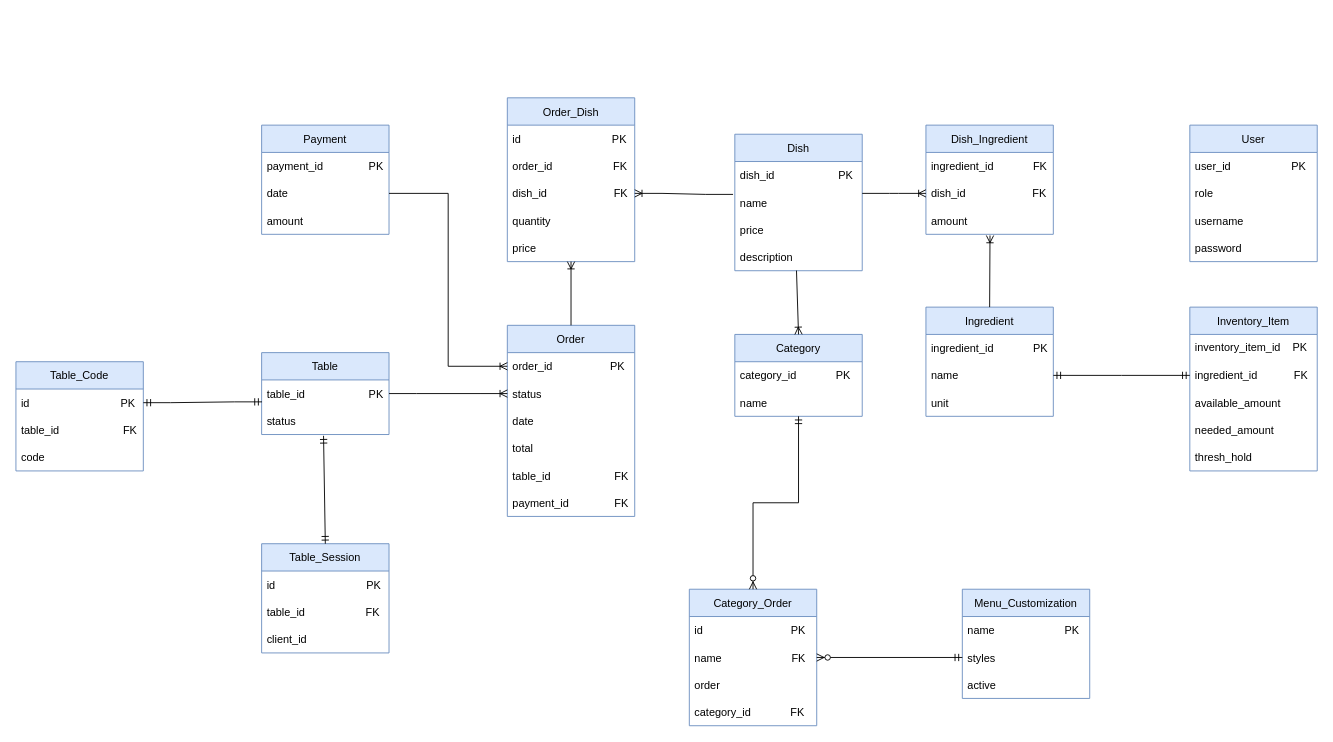
Earlier version of the draw.io diagram diagrams/ERD.drawio (jadhamwi31/quickq). Source tidied: cells renumbered, new cells numbered last; positions are measured from the earlier drawing's top-left corner, leaving out a move shared by most shapes. Both pictures are drawn from the tidied source at 91%, with x=0, y=0 at pixel (15, 97).
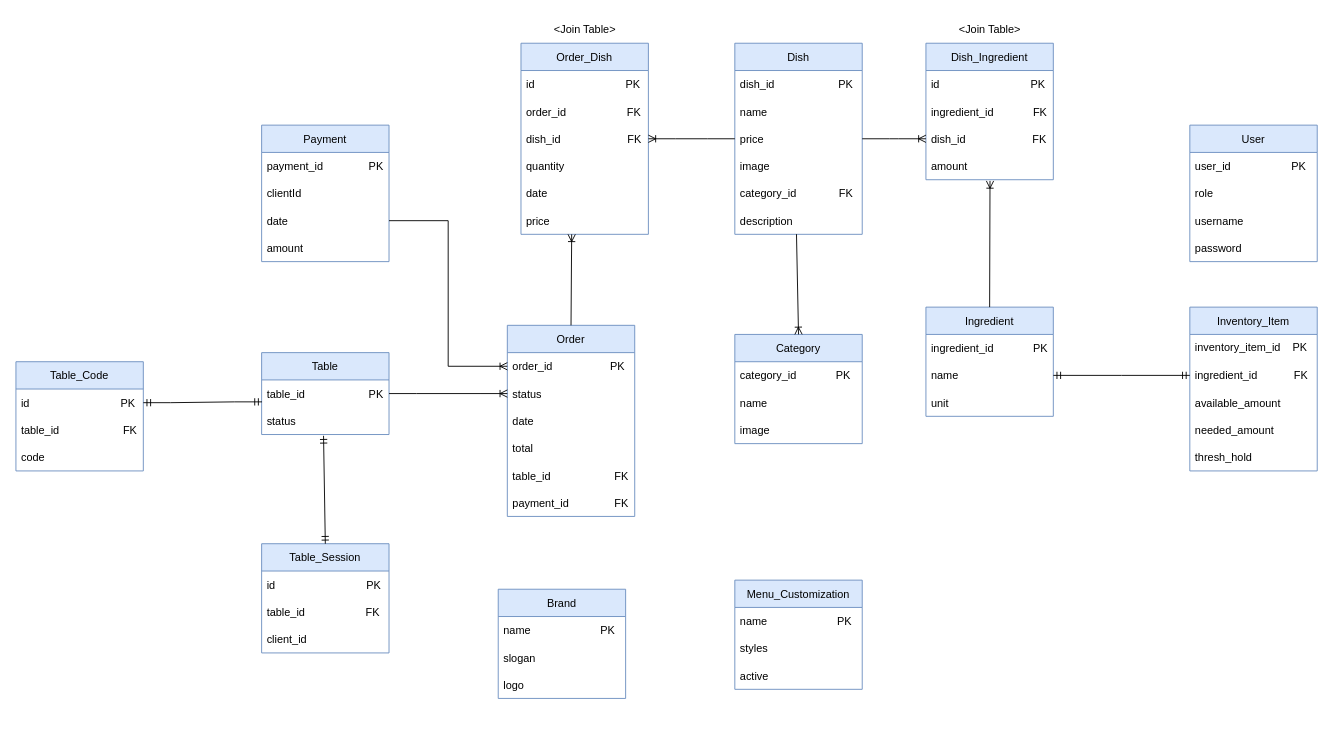
The same diagram, later.

Unchanged cells that the change refers to:
```xml
<mxCell id="2" value="Order" style="swimlane;fontStyle=0;horizontal=1;startSize=30;fillColor=#dae8fc;strokeColor=#6c8ebf;" parent="1" vertex="1">
  <mxGeometry x="540" y="250" width="140" height="210" as="geometry" />
</mxCell>
<mxCell id="11" value="name" style="text;strokeColor=none;fillColor=none;align=left;verticalAlign=middle;spacingLeft=4;spacingRight=4;overflow=hidden;points=[[0,0.5],[1,0.5]];portConstraint=eastwest;" parent="9" vertex="1">
  <mxGeometry y="60" width="140" height="30" as="geometry" />
</mxCell>
<mxCell id="12" value="price" style="text;strokeColor=none;fillColor=none;align=left;verticalAlign=middle;spacingLeft=4;spacingRight=4;overflow=hidden;points=[[0,0.5],[1,0.5]];portConstraint=eastwest;" parent="9" vertex="1">
  <mxGeometry y="90" width="140" height="30" as="geometry" />
</mxCell>
<mxCell id="26" value="dish_id                      FK" style="text;strokeColor=none;fillColor=none;align=left;verticalAlign=middle;spacingLeft=4;spacingRight=4;overflow=hidden;points=[[0,0.5],[1,0.5]];portConstraint=eastwest;" parent="23" vertex="1">
  <mxGeometry y="90" width="140" height="30" as="geometry" />
</mxCell>
<mxCell id="55" value="name" style="text;strokeColor=none;fillColor=none;align=left;verticalAlign=middle;spacingLeft=4;spacingRight=4;overflow=hidden;points=[[0,0.5],[1,0.5]];portConstraint=eastwest;" parent="53" vertex="1">
  <mxGeometry y="60" width="140" height="30" as="geometry" />
</mxCell>
<mxCell id="69" value="styles" style="text;strokeColor=none;fillColor=none;align=left;verticalAlign=middle;spacingLeft=4;spacingRight=4;overflow=hidden;points=[[0,0.5],[1,0.5]];portConstraint=eastwest;" parent="67" vertex="1">
  <mxGeometry y="60" width="140" height="30" as="geometry" />
</mxCell>
```

Change to the diagram source:
```diff
@@
     <mxCell id="9" value="Dish" style="swimlane;fontStyle=0;horizontal=1;startSize=30;fillColor=#dae8fc;strokeColor=#6c8ebf;" parent="1" vertex="1">
-      <mxGeometry x="790" y="40" width="140" height="150" as="geometry" />
+      <mxGeometry x="790" y="-60" width="140" height="210" as="geometry" />
     </mxCell>
@@
+    <mxCell id="78" value="image" style="text;strokeColor=none;fillColor=none;align=left;verticalAlign=middle;spacingLeft=4;spacingRight=4;overflow=hidden;" parent="9" vertex="1">
+      <mxGeometry y="120" width="140" height="30" as="geometry" />
+    </mxCell>
+    <mxCell id="75" value="category_id              FK" style="text;strokeColor=none;fillColor=none;align=left;verticalAlign=middle;spacingLeft=4;spacingRight=4;overflow=hidden;" parent="9" vertex="1">
+      <mxGeometry y="150" width="140" height="30" as="geometry" />
+    </mxCell>
     <mxCell id="13" value="description" style="text;strokeColor=none;fillColor=none;align=left;verticalAlign=middle;spacingLeft=4;spacingRight=4;overflow=hidden;points=[[0,0.5],[1,0.5]];portConstraint=eastwest;" parent="9" vertex="1">
-      <mxGeometry y="120" width="140" height="30" as="geometry" />
+      <mxGeometry y="180" width="140" height="30" as="geometry" />
     </mxCell>
@@
     <mxCell id="18" value="Dish_Ingredient" style="swimlane;fontStyle=0;horizontal=1;startSize=30;fillColor=#dae8fc;strokeColor=#6c8ebf;" parent="1" vertex="1">
-      <mxGeometry x="1000" y="30" width="140" height="120" as="geometry" />
+      <mxGeometry x="1000" y="-60" width="140" height="150" as="geometry" />
     </mxCell>
+    <mxCell id="72" value="id                              PK" style="text;strokeColor=none;fillColor=none;align=left;verticalAlign=middle;spacingLeft=4;spacingRight=4;overflow=hidden;" parent="18" vertex="1">
+      <mxGeometry y="30" width="140" height="30" as="geometry" />
+    </mxCell>
     <mxCell id="19" value="ingredient_id             FK" style="text;strokeColor=none;fillColor=none;align=left;verticalAlign=middle;spacingLeft=4;spacingRight=4;overflow=hidden;" parent="18" vertex="1">
-      <mxGeometry y="30" width="140" height="30" as="geometry" />
+      <mxGeometry y="60" width="140" height="30" as="geometry" />
     </mxCell>
     <mxCell id="20" value="dish_id                      FK" style="text;strokeColor=none;fillColor=none;align=left;verticalAlign=middle;spacingLeft=4;spacingRight=4;overflow=hidden;points=[[0,0.5],[1,0.5]];portConstraint=eastwest;" parent="18" vertex="1">
-      <mxGeometry y="60" width="140" height="30" as="geometry" />
+      <mxGeometry y="90" width="140" height="30" as="geometry" />
     </mxCell>
     <mxCell id="21" value="amount" style="text;strokeColor=none;fillColor=none;align=left;verticalAlign=middle;spacingLeft=4;spacingRight=4;overflow=hidden;points=[[0,0.5],[1,0.5]];portConstraint=eastwest;" parent="18" vertex="1">
-      <mxGeometry y="90" width="140" height="30" as="geometry" />
+      <mxGeometry y="120" width="140" height="30" as="geometry" />
     </mxCell>
-    <mxCell id="22" style="edgeStyle=entityRelationEdgeStyle;fontSize=12;html=1;endArrow=ERoneToMany;rounded=0;exitX=1;exitY=0.5;exitDx=0;exitDy=0;entryX=0;entryY=0.5;entryDx=0;entryDy=0;" parent="1" edge="1" target="20">
-      <mxGeometry relative="1" as="geometry">
-        <mxPoint x="930" y="105" as="sourcePoint" />
-      </mxGeometry>
+    <mxCell id="22" style="edgeStyle=entityRelationEdgeStyle;fontSize=12;html=1;endArrow=ERoneToMany;rounded=0;exitX=1;exitY=0.5;exitDx=0;exitDy=0;entryX=0;entryY=0.5;entryDx=0;entryDy=0;" parent="1" edge="1" source="12" target="20">
+      <mxGeometry relative="1" as="geometry" />
     </mxCell>
     <mxCell id="23" value="Order_Dish" style="swimlane;fontStyle=0;horizontal=1;startSize=30;fillColor=#dae8fc;strokeColor=#6c8ebf;" parent="1" vertex="1">
-      <mxGeometry x="540" width="140" height="180" as="geometry" />
+      <mxGeometry x="555" y="-60" width="140" height="210" as="geometry" />
     </mxCell>
@@
+    <mxCell id="79" value="date" style="text;strokeColor=none;fillColor=none;align=left;verticalAlign=middle;spacingLeft=4;spacingRight=4;overflow=hidden;" parent="23" vertex="1">
+      <mxGeometry y="150" width="140" height="30" as="geometry" />
+    </mxCell>
     <mxCell id="28" value="price" style="text;strokeColor=none;fillColor=none;align=left;verticalAlign=middle;spacingLeft=4;spacingRight=4;overflow=hidden;points=[[0,0.5],[1,0.5]];portConstraint=eastwest;" parent="23" vertex="1">
-      <mxGeometry y="150" width="140" height="30" as="geometry" />
+      <mxGeometry y="180" width="140" height="30" as="geometry" />
     </mxCell>
-    <mxCell id="29" style="fontSize=12;html=1;endArrow=ERoneToMany;rounded=0;exitX=0.5;exitY=0;exitDx=0;exitDy=0;" parent="1" edge="1" source="2">
-      <mxGeometry relative="1" as="geometry">
-        <mxPoint x="610" y="180" as="targetPoint" />
-      </mxGeometry>
+    <mxCell id="29" style="fontSize=12;html=1;endArrow=ERoneToMany;rounded=0;exitX=0.5;exitY=0;exitDx=0;exitDy=0;entryX=0.398;entryY=1;entryDx=0;entryDy=0;entryPerimeter=0;" parent="1" edge="1" source="2" target="28">
+      <mxGeometry relative="1" as="geometry" />
     </mxCell>
-    <mxCell id="30" style="edgeStyle=entityRelationEdgeStyle;fontSize=12;html=1;endArrow=ERoneToMany;rounded=0;entryX=1;entryY=0.5;entryDx=0;entryDy=0;exitX=-0.014;exitY=0.204;exitDx=0;exitDy=0;exitPerimeter=0;" parent="1" edge="1" source="11" target="26">
+    <mxCell id="30" style="edgeStyle=entityRelationEdgeStyle;fontSize=12;html=1;endArrow=ERoneToMany;rounded=0;entryX=1;entryY=0.5;entryDx=0;entryDy=0;exitX=0;exitY=0.5;exitDx=0;exitDy=0;" parent="1" edge="1" source="12" target="26">
       <mxGeometry relative="1" as="geometry" />
     </mxCell>
@@
     <mxCell id="36" value="Payment" style="swimlane;fontStyle=0;horizontal=1;startSize=30;fillColor=#dae8fc;strokeColor=#6c8ebf;" parent="1" vertex="1">
-      <mxGeometry x="270" y="30" width="140" height="120" as="geometry" />
+      <mxGeometry x="270" y="30" width="140" height="150" as="geometry" />
     </mxCell>
@@
+    <mxCell id="80" value="clientId" style="text;strokeColor=none;fillColor=none;align=left;verticalAlign=middle;spacingLeft=4;spacingRight=4;overflow=hidden;" parent="36" vertex="1">
+      <mxGeometry y="60" width="140" height="30" as="geometry" />
+    </mxCell>
     <mxCell id="38" value="date" style="text;strokeColor=none;fillColor=none;align=left;verticalAlign=middle;spacingLeft=4;spacingRight=4;overflow=hidden;points=[[0,0.5],[1,0.5]];portConstraint=eastwest;" parent="36" vertex="1">
-      <mxGeometry y="60" width="140" height="30" as="geometry" />
+      <mxGeometry y="90" width="140" height="30" as="geometry" />
     </mxCell>
     <mxCell id="39" value="amount" style="text;strokeColor=none;fillColor=none;align=left;verticalAlign=middle;spacingLeft=4;spacingRight=4;overflow=hidden;" parent="36" vertex="1">
-      <mxGeometry y="90" width="140" height="30" as="geometry" />
+      <mxGeometry y="120" width="140" height="30" as="geometry" />
     </mxCell>
@@
     <mxCell id="53" value="Category" style="swimlane;fontStyle=0;horizontal=1;startSize=30;fillColor=#dae8fc;strokeColor=#6c8ebf;" parent="1" vertex="1">
-      <mxGeometry x="790" y="260" width="140" height="90" as="geometry" />
+      <mxGeometry x="790" y="260" width="140" height="120" as="geometry" />
     </mxCell>
@@
+    <mxCell id="81" value="image" style="text;strokeColor=none;fillColor=none;align=left;verticalAlign=middle;spacingLeft=4;spacingRight=4;overflow=hidden;" parent="53" vertex="1">
+      <mxGeometry y="90" width="140" height="30" as="geometry" />
+    </mxCell>
@@
     <mxCell id="67" value="Menu_Customization" style="swimlane;fontStyle=0;horizontal=1;startSize=30;fillColor=#dae8fc;strokeColor=#6c8ebf;" parent="1" vertex="1">
-      <mxGeometry x="1040" y="540" width="140" height="120" as="geometry" />
+      <mxGeometry x="790" y="530" width="140" height="120" as="geometry" />
     </mxCell>
@@
-    <mxCell id="71" value="Category_Order" style="swimlane;fontStyle=0;horizontal=1;startSize=30;fillColor=#dae8fc;strokeColor=#6c8ebf;" parent="1" vertex="1">
-      <mxGeometry x="740" y="540" width="140" height="150" as="geometry" />
-    </mxCell>
-    <mxCell id="72" value="id                             PK" style="text;strokeColor=none;fillColor=none;align=left;verticalAlign=middle;spacingLeft=4;spacingRight=4;overflow=hidden;" parent="71" vertex="1">
-      <mxGeometry y="30" width="140" height="30" as="geometry" />
-    </mxCell>
-    <mxCell id="73" value="name                       FK" style="text;strokeColor=none;fillColor=none;align=left;verticalAlign=middle;spacingLeft=4;spacingRight=4;overflow=hidden;points=[[0,0.5],[1,0.5]];portConstraint=eastwest;" parent="71" vertex="1">
-      <mxGeometry y="60" width="140" height="30" as="geometry" />
-    </mxCell>
-    <mxCell id="74" value="order" style="text;strokeColor=none;fillColor=none;align=left;verticalAlign=middle;spacingLeft=4;spacingRight=4;overflow=hidden;" parent="71" vertex="1">
-      <mxGeometry y="90" width="140" height="30" as="geometry" />
-    </mxCell>
-    <mxCell id="75" value="category_id             FK" style="text;strokeColor=none;fillColor=none;align=left;verticalAlign=middle;spacingLeft=4;spacingRight=4;overflow=hidden;" parent="71" vertex="1">
-      <mxGeometry y="120" width="140" height="30" as="geometry" />
-    </mxCell>
-    <mxCell id="76" style="fontSize=12;html=1;endArrow=ERzeroToMany;startArrow=ERmandOne;rounded=0;exitX=0;exitY=0.5;exitDx=0;exitDy=0;entryX=1;entryY=0.5;entryDx=0;entryDy=0;" parent="1" edge="1" source="69" target="73">
-      <mxGeometry relative="1" as="geometry" />
-    </mxCell>
-    <mxCell id="77" style="fontSize=12;html=1;endArrow=ERzeroToMany;startArrow=ERmandOne;rounded=0;entryX=0.5;entryY=0;entryDx=0;entryDy=0;edgeStyle=elbowEdgeStyle;elbow=vertical;" parent="1" edge="1" source="55" target="71">
-      <mxGeometry relative="1" as="geometry" />
-    </mxCell>
+    <mxCell id="82" value="Brand" style="swimlane;fontStyle=0;horizontal=1;startSize=30;fillColor=#dae8fc;strokeColor=#6c8ebf;" parent="1" vertex="1">
+      <mxGeometry x="530" y="540" width="140" height="120" as="geometry" />
+    </mxCell>
+    <mxCell id="83" value="name                       PK" style="text;strokeColor=none;fillColor=none;align=left;verticalAlign=middle;spacingLeft=4;spacingRight=4;overflow=hidden;" parent="82" vertex="1">
+      <mxGeometry y="30" width="140" height="30" as="geometry" />
+    </mxCell>
+    <mxCell id="84" value="slogan" style="text;strokeColor=none;fillColor=none;align=left;verticalAlign=middle;spacingLeft=4;spacingRight=4;overflow=hidden;" parent="82" vertex="1">
+      <mxGeometry y="60" width="140" height="30" as="geometry" />
+    </mxCell>
+    <mxCell id="85" value="logo" style="text;strokeColor=none;fillColor=none;align=left;verticalAlign=middle;spacingLeft=4;spacingRight=4;overflow=hidden;" parent="82" vertex="1">
+      <mxGeometry y="90" width="140" height="30" as="geometry" />
+    </mxCell>
+    <mxCell id="86" value="&amp;lt;Join Table&amp;gt;" style="text;html=1;align=center;verticalAlign=middle;strokeColor=none;fillColor=none;" parent="1" vertex="1">
+      <mxGeometry x="580" y="-90" width="90" height="30" as="geometry" />
+    </mxCell>
+    <mxCell id="87" value="&amp;lt;Join Table&amp;gt;" style="text;html=1;align=center;verticalAlign=middle;strokeColor=none;fillColor=none;" parent="1" vertex="1">
+      <mxGeometry x="1025" y="-90" width="90" height="30" as="geometry" />
+    </mxCell>
```
